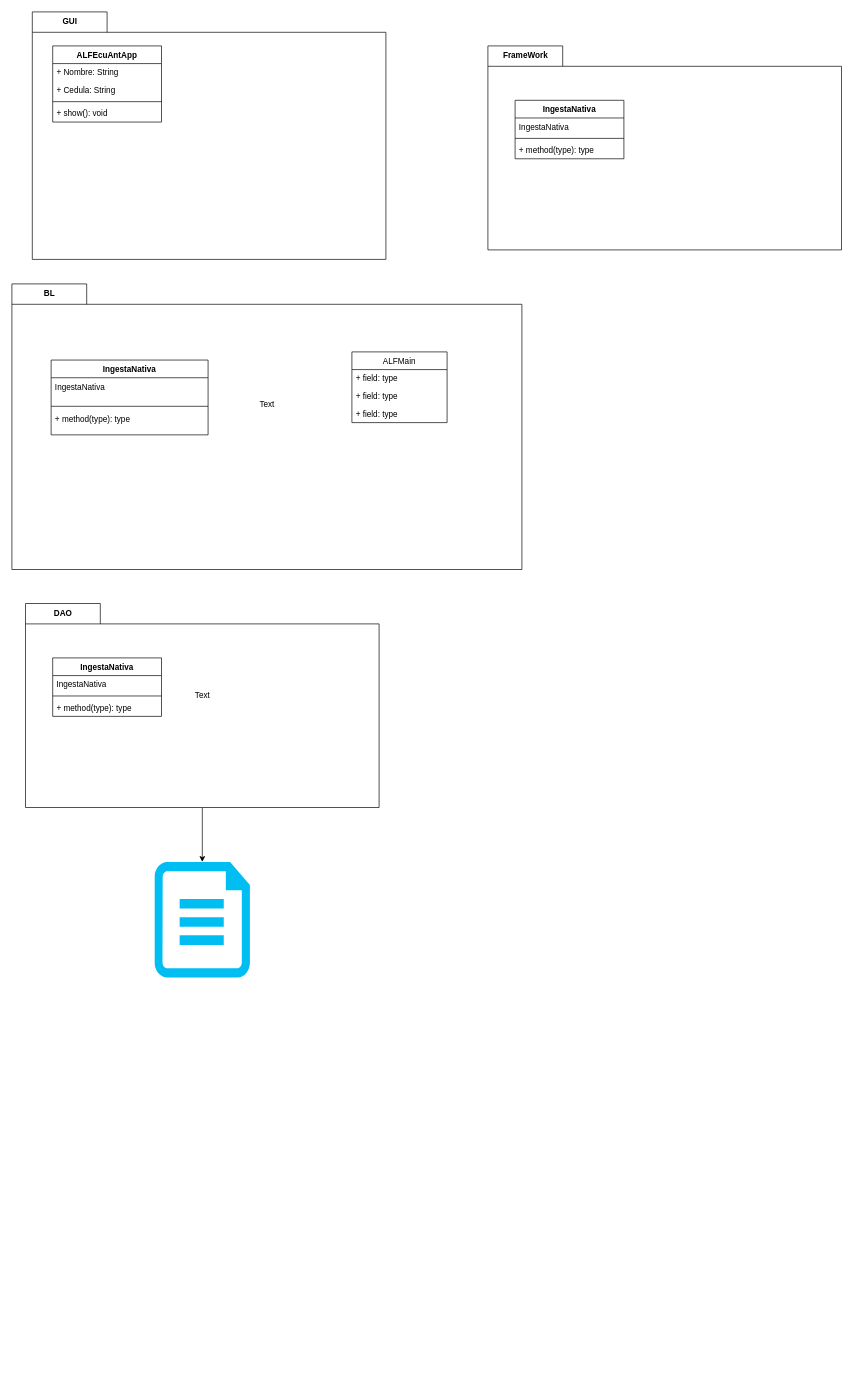
Above: ALDesing/ALDC.dio in Lenin27Amangandi/ALHormiguero2K24 (draw.io), before the change. Source tidied: cells renumbered, new cells numbered last; positions are measured from the earlier drawing's top-left corner, leaving out a move shared by most shapes. Both pictures are drawn from the tidied source at 68%, with x=0, y=0 at pixel (12, 12).
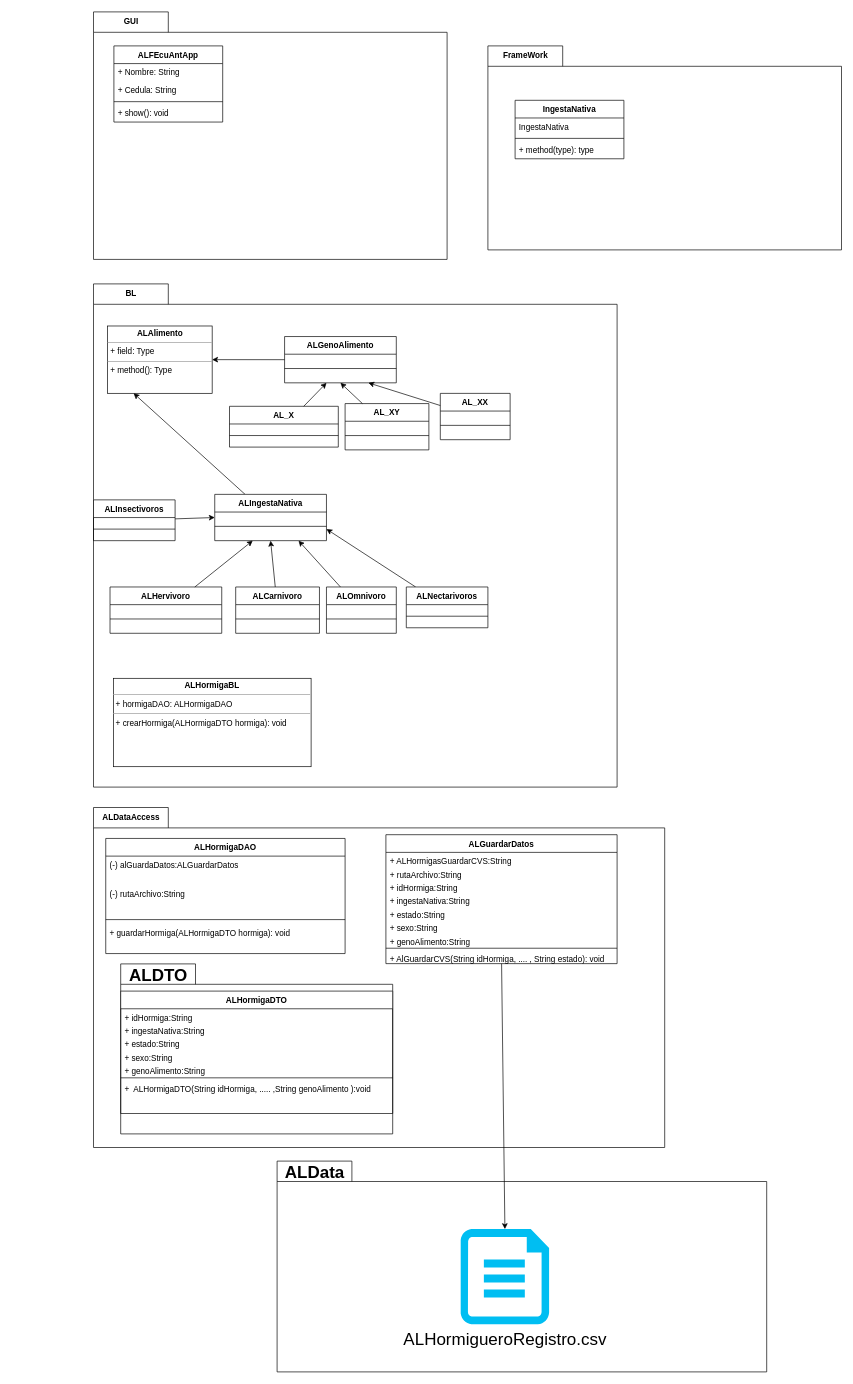
Above is the later version.

The edit, as a diff of the source:
```diff
@@
+    <mxCell id="20" value="ALDataAccess" style="shape=folder;fontStyle=1;tabWidth=110;tabHeight=30;tabPosition=left;html=1;boundedLbl=1;labelInHeader=1;" parent="1" vertex="1">
+      <mxGeometry x="120" y="1170" width="840" height="500" as="geometry" />
+    </mxCell>
+    <mxCell id="21" style="html=1;strokeColor=none;fillColor=none;" parent="20" vertex="1">
+      <mxGeometry width="840" height="350" relative="1" as="geometry">
+        <mxPoint y="30" as="offset" />
+      </mxGeometry>
+    </mxCell>
+    <mxCell id="22" value="ALHormigaDAO" style="swimlane;fontStyle=1;align=center;verticalAlign=top;horizontal=1;startSize=26;" parent="20" vertex="1">
+      <mxGeometry x="18" y="45.5" width="352" height="169.3" as="geometry" />
+    </mxCell>
+    <mxCell id="23" value="(-) alGuardaDatos:ALGuardarDatos" style="text;strokeColor=none;fillColor=none;align=left;verticalAlign=top;spacingLeft=4;spacingRight=4;overflow=hidden;" parent="22" vertex="1">
+      <mxGeometry y="26" width="352" height="43.3" as="geometry" />
+    </mxCell>
+    <mxCell id="33" value="(-) rutaArchivo:String" style="text;strokeColor=none;fillColor=none;align=left;verticalAlign=top;spacingLeft=4;spacingRight=4;overflow=hidden;" parent="22" vertex="1">
+      <mxGeometry y="69.3" width="352" height="43.3" as="geometry" />
+    </mxCell>
+    <mxCell id="24" style="line;strokeWidth=1;fillColor=none;align=left;verticalAlign=middle;spacingTop=-1;spacingLeft=3;spacingRight=3;labelPosition=right;strokeColor=inherit;" parent="22" vertex="1">
+      <mxGeometry y="112.7" width="352" height="13.3" as="geometry" />
+    </mxCell>
+    <mxCell id="34" value="+ guardarHormiga(ALHormigaDTO hormiga): void" style="text;strokeColor=none;fillColor=none;align=left;verticalAlign=top;spacingLeft=4;spacingRight=4;overflow=hidden;" parent="22" vertex="1">
+      <mxGeometry y="126" width="352" height="43.3" as="geometry" />
+    </mxCell>
+    <mxCell id="35" value="ALDTO" style="shape=folder;fontStyle=1;tabWidth=110;tabHeight=30;tabPosition=left;html=1;boundedLbl=1;labelInHeader=1;fontSize=25;" parent="20" vertex="1">
+      <mxGeometry x="40" y="230" width="400" height="250" as="geometry" />
+    </mxCell>
+    <mxCell id="36" style="html=1;strokeColor=none;fillColor=none;fontSize=25;" parent="35" vertex="1">
+      <mxGeometry width="330" height="154" relative="1" as="geometry">
+        <mxPoint y="30" as="offset" />
+      </mxGeometry>
+    </mxCell>
+    <mxCell id="37" value="ALHormigaDTO" style="swimlane;fontStyle=1;align=center;verticalAlign=top;horizontal=1;startSize=26;" parent="35" vertex="1">
+      <mxGeometry y="40" width="400" height="180" as="geometry" />
+    </mxCell>
+    <mxCell id="38" value="+ idHormiga:String" style="text;strokeColor=none;fillColor=none;align=left;verticalAlign=top;spacingLeft=4;spacingRight=4;overflow=hidden;" parent="37" vertex="1">
+      <mxGeometry y="26" width="400" height="19.7" as="geometry" />
+    </mxCell>
+    <mxCell id="39" value="+ ingestaNativa:String" style="text;strokeColor=none;fillColor=none;align=left;verticalAlign=top;spacingLeft=4;spacingRight=4;overflow=hidden;" parent="37" vertex="1">
+      <mxGeometry y="45.7" width="400" height="19.7" as="geometry" />
+    </mxCell>
+    <mxCell id="40" value="+ estado:String" style="text;strokeColor=none;fillColor=none;align=left;verticalAlign=top;spacingLeft=4;spacingRight=4;overflow=hidden;" parent="37" vertex="1">
+      <mxGeometry y="65.4" width="400" height="19.7" as="geometry" />
+    </mxCell>
+    <mxCell id="41" value="+ sexo:String" style="text;strokeColor=none;fillColor=none;align=left;verticalAlign=top;spacingLeft=4;spacingRight=4;overflow=hidden;" parent="37" vertex="1">
+      <mxGeometry y="85.1" width="400" height="19.7" as="geometry" />
+    </mxCell>
+    <mxCell id="42" value="+ genoAlimento:String" style="text;strokeColor=none;fillColor=none;align=left;verticalAlign=top;spacingLeft=4;spacingRight=4;overflow=hidden;" parent="37" vertex="1">
+      <mxGeometry y="104.8" width="400" height="19.7" as="geometry" />
+    </mxCell>
+    <mxCell id="43" style="line;strokeWidth=1;fillColor=none;align=left;verticalAlign=middle;spacingTop=-1;spacingLeft=3;spacingRight=3;labelPosition=right;strokeColor=inherit;" parent="37" vertex="1">
+      <mxGeometry y="124.5" width="400" height="6.1" as="geometry" />
+    </mxCell>
+    <mxCell id="44" value="+  ALHormigaDTO(String idHormiga, ..... ,String genoAlimento ):void" style="text;strokeColor=none;fillColor=none;align=left;verticalAlign=top;spacingLeft=4;spacingRight=4;overflow=hidden;" parent="37" vertex="1">
+      <mxGeometry y="130.5" width="400" height="49.5" as="geometry" />
+    </mxCell>
+    <mxCell id="45" value="ALGuardarDatos" style="swimlane;fontStyle=1;align=center;verticalAlign=top;horizontal=1;startSize=26;" parent="20" vertex="1">
+      <mxGeometry x="430" y="40" width="340" height="189.6" as="geometry" />
+    </mxCell>
+    <mxCell id="46" value="+ ALHormigasGuardarCVS:String" style="text;strokeColor=none;fillColor=none;align=left;verticalAlign=top;spacingLeft=4;spacingRight=4;overflow=hidden;" parent="45" vertex="1">
+      <mxGeometry y="26" width="340" height="19.7" as="geometry" />
+    </mxCell>
+    <mxCell id="47" value="+ rutaArchivo:String" style="text;strokeColor=none;fillColor=none;align=left;verticalAlign=top;spacingLeft=4;spacingRight=4;overflow=hidden;" parent="45" vertex="1">
+      <mxGeometry y="45.7" width="340" height="19.7" as="geometry" />
+    </mxCell>
+    <mxCell id="48" value="+ idHormiga:String" style="text;strokeColor=none;fillColor=none;align=left;verticalAlign=top;spacingLeft=4;spacingRight=4;overflow=hidden;" parent="45" vertex="1">
+      <mxGeometry y="65.4" width="340" height="19.7" as="geometry" />
+    </mxCell>
+    <mxCell id="49" value="+ ingestaNativa:String" style="text;strokeColor=none;fillColor=none;align=left;verticalAlign=top;spacingLeft=4;spacingRight=4;overflow=hidden;" parent="45" vertex="1">
+      <mxGeometry y="85.1" width="340" height="19.7" as="geometry" />
+    </mxCell>
+    <mxCell id="50" value="+ estado:String" style="text;strokeColor=none;fillColor=none;align=left;verticalAlign=top;spacingLeft=4;spacingRight=4;overflow=hidden;" parent="45" vertex="1">
+      <mxGeometry y="104.8" width="340" height="19.7" as="geometry" />
+    </mxCell>
+    <mxCell id="51" value="+ sexo:String" style="text;strokeColor=none;fillColor=none;align=left;verticalAlign=top;spacingLeft=4;spacingRight=4;overflow=hidden;" parent="45" vertex="1">
+      <mxGeometry y="124.5" width="340" height="19.7" as="geometry" />
+    </mxCell>
+    <mxCell id="52" value="+ genoAlimento:String" style="text;strokeColor=none;fillColor=none;align=left;verticalAlign=top;spacingLeft=4;spacingRight=4;overflow=hidden;" parent="45" vertex="1">
+      <mxGeometry y="144.2" width="340" height="19.7" as="geometry" />
+    </mxCell>
+    <mxCell id="53" style="line;strokeWidth=1;fillColor=none;align=left;verticalAlign=middle;spacingTop=-1;spacingLeft=3;spacingRight=3;labelPosition=right;strokeColor=inherit;" parent="45" vertex="1">
+      <mxGeometry y="163.9" width="340" height="6.1" as="geometry" />
+    </mxCell>
+    <mxCell id="54" value="+ AlGuardarCVS(String idHormiga, .... , String estado): void" style="text;strokeColor=none;fillColor=none;align=left;verticalAlign=top;spacingLeft=4;spacingRight=4;overflow=hidden;points=[[0,0.5],[1,0.5]];portConstraint=eastwest;" parent="45" vertex="1">
+      <mxGeometry y="169.9" width="340" height="19.7" as="geometry" />
+    </mxCell>
+    <mxCell id="55" value="ALData" style="shape=folder;fontStyle=1;tabWidth=110;tabHeight=30;tabPosition=left;html=1;boundedLbl=1;labelInHeader=1;fontSize=25;" parent="1" vertex="1">
+      <mxGeometry x="390" y="1690" width="720" height="310" as="geometry" />
+    </mxCell>
+    <mxCell id="56" style="html=1;strokeColor=none;fillColor=none;fontSize=25;" parent="55" vertex="1">
+      <mxGeometry width="720" height="217" relative="1" as="geometry">
+        <mxPoint y="30" as="offset" />
+      </mxGeometry>
+    </mxCell>
+    <mxCell id="26" value="&lt;font style=&quot;font-size: 25px;&quot;&gt;ALHormigueroRegistro.csv&lt;/font&gt;" style="verticalLabelPosition=bottom;html=1;verticalAlign=top;align=center;strokeColor=none;fillColor=#00BEF2;shape=mxgraph.azure.cloud_services_configuration_file;" parent="55" vertex="1">
+      <mxGeometry x="270" y="100" width="130" height="140" as="geometry" />
+    </mxCell>
     <mxCell id="2" value="GUI" style="shape=folder;fontStyle=1;tabWidth=110;tabHeight=30;tabPosition=left;html=1;boundedLbl=1;labelInHeader=1;" parent="1" vertex="1">
-      <mxGeometry x="30" width="520" height="364" as="geometry" />
+      <mxGeometry x="120" width="520" height="364" as="geometry" />
     </mxCell>
@@
     <mxCell id="9" value="BL" style="shape=folder;fontStyle=1;tabWidth=110;tabHeight=30;tabPosition=left;html=1;boundedLbl=1;labelInHeader=1;" parent="1" vertex="1">
-      <mxGeometry y="400" width="750" height="420" as="geometry" />
+      <mxGeometry x="120" y="400" width="770" height="740" as="geometry" />
     </mxCell>
-    <mxCell id="10" value="Text" style="html=1;strokeColor=none;fillColor=none;" parent="9" vertex="1">
-      <mxGeometry width="750" height="294" relative="1" as="geometry">
+    <mxCell id="10" style="html=1;strokeColor=none;fillColor=none;" parent="9" vertex="1">
+      <mxGeometry width="770" height="364" relative="1" as="geometry">
         <mxPoint y="30" as="offset" />
       </mxGeometry>
     </mxCell>
-    <mxCell id="11" value="IngestaNativa" style="swimlane;fontStyle=1;align=center;verticalAlign=top;horizontal=1;startSize=26;" parent="9" vertex="1">
-      <mxGeometry x="57.7" y="112" width="230.8" height="110" as="geometry" />
-    </mxCell>
-    <mxCell id="12" value="IngestaNativa" style="text;strokeColor=none;fillColor=none;align=left;verticalAlign=top;spacingLeft=4;spacingRight=4;overflow=hidden;" parent="11" vertex="1">
-      <mxGeometry y="26" width="230.8" height="36.4" as="geometry" />
-    </mxCell>
-    <mxCell id="13" style="line;strokeWidth=1;fillColor=none;align=left;verticalAlign=middle;spacingTop=-1;spacingLeft=3;spacingRight=3;labelPosition=right;strokeColor=inherit;" parent="11" vertex="1">
-      <mxGeometry y="62.4" width="230.8" height="11.2" as="geometry" />
-    </mxCell>
-    <mxCell id="14" value="+ method(type): type" style="text;strokeColor=none;fillColor=none;align=left;verticalAlign=top;spacingLeft=4;spacingRight=4;overflow=hidden;" parent="11" vertex="1">
-      <mxGeometry y="73.6" width="230.8" height="36.4" as="geometry" />
-    </mxCell>
-    <mxCell id="15" value="ALFMain" style="swimlane;fontStyle=0;horizontal=1;startSize=26;fillColor=none;" parent="9" vertex="1">
-      <mxGeometry x="500" y="100" width="140" height="104" as="geometry" />
-    </mxCell>
-    <mxCell id="16" value="+ field: type" style="text;strokeColor=none;fillColor=none;align=left;verticalAlign=top;spacingLeft=4;spacingRight=4;overflow=hidden;" parent="15" vertex="1">
-      <mxGeometry y="26" width="140" height="26" as="geometry" />
-    </mxCell>
-    <mxCell id="17" value="+ field: type" style="text;strokeColor=none;fillColor=none;align=left;verticalAlign=top;spacingLeft=4;spacingRight=4;overflow=hidden;" parent="15" vertex="1">
-      <mxGeometry y="52" width="140" height="26" as="geometry" />
-    </mxCell>
-    <mxCell id="18" value="+ field: type" style="text;strokeColor=none;fillColor=none;align=left;verticalAlign=top;spacingLeft=4;spacingRight=4;overflow=hidden;" parent="15" vertex="1">
-      <mxGeometry y="78" width="140" height="26" as="geometry" />
-    </mxCell>
+    <mxCell id="57" value="&lt;p style=&quot;margin:0px;margin-top:4px;text-align:center;&quot;&gt;&lt;b&gt;ALAlimento&lt;/b&gt;&lt;/p&gt;&lt;hr size=&quot;1&quot;&gt;&lt;p style=&quot;margin:0px;margin-left:4px;&quot;&gt;+ field: Type&lt;/p&gt;&lt;hr size=&quot;1&quot;&gt;&lt;p style=&quot;margin:0px;margin-left:4px;&quot;&gt;+ method(): Type&lt;/p&gt;" style="verticalAlign=top;align=left;overflow=fill;fontSize=12;fontFamily=Helvetica;html=1;" parent="9" vertex="1">
+      <mxGeometry x="20.5" y="61.9" width="154" height="99" as="geometry" />
+    </mxCell>
+    <mxCell id="58" value="ALGenoAlimento" style="swimlane;fontStyle=1;align=center;verticalAlign=top;horizontal=1;startSize=26;" parent="9" vertex="1">
+      <mxGeometry x="281" y="77.4" width="164.3" height="68.1" as="geometry" />
+    </mxCell>
+    <mxCell id="59" style="line;strokeWidth=1;fillColor=none;align=left;verticalAlign=middle;spacingTop=-1;spacingLeft=3;spacingRight=3;labelPosition=right;points=[];portConstraint=eastwest;strokeColor=inherit;" parent="58" vertex="1">
+      <mxGeometry y="26" width="164.3" height="42.1" as="geometry" />
+    </mxCell>
+    <mxCell id="60" style="edgeStyle=none;html=1;entryX=1;entryY=0.5;entryDx=0;entryDy=0;" parent="9" edge="1" source="58" target="57">
+      <mxGeometry relative="1" as="geometry" />
+    </mxCell>
+    <mxCell id="61" value="AL_XY" style="swimlane;fontStyle=1;align=center;verticalAlign=top;horizontal=1;startSize=26;" parent="9" vertex="1">
+      <mxGeometry x="370" y="176" width="123.2" height="68.1" as="geometry" />
+    </mxCell>
+    <mxCell id="62" style="line;strokeWidth=1;fillColor=none;align=left;verticalAlign=middle;spacingTop=-1;spacingLeft=3;spacingRight=3;labelPosition=right;strokeColor=inherit;" parent="61" vertex="1">
+      <mxGeometry y="26" width="123.2" height="42.1" as="geometry" />
+    </mxCell>
+    <mxCell id="63" style="edgeStyle=none;html=1;entryX=0.5;entryY=1;entryDx=0;entryDy=0;" parent="9" edge="1" source="61" target="58">
+      <mxGeometry relative="1" as="geometry" />
+    </mxCell>
+    <mxCell id="64" value="AL_XX" style="swimlane;fontStyle=1;align=center;verticalAlign=top;horizontal=1;startSize=26;" parent="9" vertex="1">
+      <mxGeometry x="510" y="161" width="102.7" height="68.1" as="geometry" />
+    </mxCell>
+    <mxCell id="65" style="line;strokeWidth=1;fillColor=none;align=left;verticalAlign=middle;spacingTop=-1;spacingLeft=3;spacingRight=3;labelPosition=right;strokeColor=inherit;" parent="64" vertex="1">
+      <mxGeometry y="26" width="102.7" height="42.1" as="geometry" />
+    </mxCell>
+    <mxCell id="66" style="edgeStyle=none;html=1;entryX=0.75;entryY=1;entryDx=0;entryDy=0;" parent="9" edge="1" source="64" target="58">
+      <mxGeometry relative="1" as="geometry" />
+    </mxCell>
+    <mxCell id="67" value="ALHervivoro" style="swimlane;fontStyle=1;align=center;verticalAlign=top;horizontal=1;startSize=26;" parent="9" vertex="1">
+      <mxGeometry x="24.3" y="445.7" width="164.3" height="68.1" as="geometry" />
+    </mxCell>
+    <mxCell id="68" style="line;strokeWidth=1;fillColor=none;align=left;verticalAlign=middle;spacingTop=-1;spacingLeft=3;spacingRight=3;labelPosition=right;strokeColor=inherit;" parent="67" vertex="1">
+      <mxGeometry y="26" width="164.3" height="42.1" as="geometry" />
+    </mxCell>
+    <mxCell id="69" value="ALCarnivoro" style="swimlane;fontStyle=1;align=center;verticalAlign=top;horizontal=1;startSize=26;" parent="9" vertex="1">
+      <mxGeometry x="209.1" y="445.7" width="123.2" height="68.1" as="geometry" />
+    </mxCell>
+    <mxCell id="70" style="line;strokeWidth=1;fillColor=none;align=left;verticalAlign=middle;spacingTop=-1;spacingLeft=3;spacingRight=3;labelPosition=right;strokeColor=inherit;" parent="69" vertex="1">
+      <mxGeometry y="26" width="123.2" height="42.1" as="geometry" />
+    </mxCell>
+    <mxCell id="71" value="ALOmnivoro" style="swimlane;fontStyle=1;align=center;verticalAlign=top;horizontal=1;startSize=26;" parent="9" vertex="1">
+      <mxGeometry x="342.6" y="445.7" width="102.7" height="68.1" as="geometry" />
+    </mxCell>
+    <mxCell id="72" style="line;strokeWidth=1;fillColor=none;align=left;verticalAlign=middle;spacingTop=-1;spacingLeft=3;spacingRight=3;labelPosition=right;strokeColor=inherit;" parent="71" vertex="1">
+      <mxGeometry y="26" width="102.7" height="42.1" as="geometry" />
+    </mxCell>
+    <mxCell id="73" style="edgeStyle=none;html=1;entryX=0.25;entryY=1;entryDx=0;entryDy=0;" parent="9" edge="1" source="74" target="57">
+      <mxGeometry relative="1" as="geometry" />
+    </mxCell>
+    <mxCell id="74" value="ALIngestaNativa" style="swimlane;fontStyle=1;align=center;verticalAlign=top;horizontal=1;startSize=26;" parent="9" vertex="1">
+      <mxGeometry x="178.3" y="309.5" width="164.3" height="68.1" as="geometry" />
+    </mxCell>
+    <mxCell id="75" style="line;strokeWidth=1;fillColor=none;align=left;verticalAlign=middle;spacingTop=-1;spacingLeft=3;spacingRight=3;labelPosition=right;points=[];portConstraint=eastwest;strokeColor=inherit;" parent="74" vertex="1">
+      <mxGeometry y="26" width="164.3" height="42.1" as="geometry" />
+    </mxCell>
+    <mxCell id="76" style="edgeStyle=none;html=1;" parent="9" edge="1" source="67" target="75">
+      <mxGeometry relative="1" as="geometry" />
+    </mxCell>
+    <mxCell id="77" style="edgeStyle=none;html=1;entryX=0.5;entryY=1;entryDx=0;entryDy=0;" parent="9" edge="1" source="69" target="74">
+      <mxGeometry relative="1" as="geometry" />
+    </mxCell>
+    <mxCell id="78" style="edgeStyle=none;html=1;entryX=0.75;entryY=1;entryDx=0;entryDy=0;" parent="9" edge="1" source="71" target="74">
+      <mxGeometry relative="1" as="geometry" />
+    </mxCell>
+    <mxCell id="79" style="edgeStyle=none;html=1;entryX=1;entryY=0.75;entryDx=0;entryDy=0;startArrow=none;" parent="9" edge="1" source="86" target="74">
+      <mxGeometry relative="1" as="geometry" />
+    </mxCell>
+    <mxCell id="80" value="AL_X" style="swimlane;fontStyle=1;align=center;verticalAlign=top;horizontal=1;startSize=26;" parent="9" vertex="1">
+      <mxGeometry x="200" y="180" width="160" height="60" as="geometry" />
+    </mxCell>
+    <mxCell id="81" style="line;strokeWidth=1;fillColor=none;align=left;verticalAlign=middle;spacingTop=-1;spacingLeft=3;spacingRight=3;labelPosition=right;strokeColor=inherit;" parent="80" vertex="1">
+      <mxGeometry y="26" width="160" height="34" as="geometry" />
+    </mxCell>
+    <mxCell id="82" style="edgeStyle=none;html=1;" parent="9" edge="1" source="80" target="59">
+      <mxGeometry relative="1" as="geometry" />
+    </mxCell>
+    <mxCell id="83" style="edgeStyle=none;html=1;entryX=0;entryY=0.5;entryDx=0;entryDy=0;" parent="9" edge="1" source="84" target="74">
+      <mxGeometry relative="1" as="geometry" />
+    </mxCell>
+    <mxCell id="84" value="ALInsectivoros" style="swimlane;fontStyle=1;align=center;verticalAlign=top;horizontal=1;startSize=26;" parent="9" vertex="1">
+      <mxGeometry y="317.6" width="120" height="60" as="geometry" />
+    </mxCell>
+    <mxCell id="85" style="line;strokeWidth=1;fillColor=none;align=left;verticalAlign=middle;spacingTop=-1;spacingLeft=3;spacingRight=3;labelPosition=right;strokeColor=inherit;" parent="84" vertex="1">
+      <mxGeometry y="26" width="120" height="34" as="geometry" />
+    </mxCell>
+    <mxCell id="86" value="ALNectarivoros" style="swimlane;fontStyle=1;align=center;verticalAlign=top;horizontal=1;startSize=26;" parent="9" vertex="1">
+      <mxGeometry x="460" y="445.7" width="120" height="60" as="geometry" />
+    </mxCell>
+    <mxCell id="87" style="line;strokeWidth=1;fillColor=none;align=left;verticalAlign=middle;spacingTop=-1;spacingLeft=3;spacingRight=3;labelPosition=right;strokeColor=inherit;" parent="86" vertex="1">
+      <mxGeometry y="26" width="120" height="34" as="geometry" />
+    </mxCell>
+    <mxCell id="88" value="&lt;p style=&quot;margin:0px;margin-top:4px;text-align:center;&quot;&gt;&lt;b&gt;ALHormigaBL&lt;/b&gt;&lt;/p&gt;&lt;hr size=&quot;1&quot;&gt;&lt;p style=&quot;margin:0px;margin-left:4px;&quot;&gt;+ hormigaDAO: ALHormigaDAO&lt;/p&gt;&lt;hr size=&quot;1&quot;&gt;&lt;p style=&quot;margin:0px;margin-left:4px;&quot;&gt;+ crearHormiga(ALHormigaDTO hormiga): void&lt;/p&gt;" style="verticalAlign=top;align=left;overflow=fill;fontSize=12;fontFamily=Helvetica;html=1;" parent="9" vertex="1">
+      <mxGeometry x="29.4" y="580" width="290.6" height="130" as="geometry" />
+    </mxCell>
-    <mxCell id="19" style="edgeStyle=none;html=1;entryX=0.5;entryY=0;entryDx=0;entryDy=0;entryPerimeter=0;" parent="1" edge="1" source="20" target="26">
+    <mxCell id="19" style="edgeStyle=none;html=1;entryX=0.5;entryY=0;entryDx=0;entryDy=0;entryPerimeter=0;" parent="1" edge="1" source="54" target="26">
       <mxGeometry relative="1" as="geometry" />
     </mxCell>
-    <mxCell id="20" value="DAO" style="shape=folder;fontStyle=1;tabWidth=110;tabHeight=30;tabPosition=left;html=1;boundedLbl=1;labelInHeader=1;" parent="1" vertex="1">
-      <mxGeometry x="20" y="870" width="520" height="300" as="geometry" />
-    </mxCell>
-    <mxCell id="21" value="Text" style="html=1;strokeColor=none;fillColor=none;" parent="20" vertex="1">
-      <mxGeometry width="520" height="210" relative="1" as="geometry">
-        <mxPoint y="30" as="offset" />
-      </mxGeometry>
-    </mxCell>
-    <mxCell id="22" value="IngestaNativa" style="swimlane;fontStyle=1;align=center;verticalAlign=top;horizontal=1;startSize=26;" parent="20" vertex="1">
-      <mxGeometry x="40" y="80" width="160" height="86" as="geometry" />
-    </mxCell>
-    <mxCell id="23" value="IngestaNativa" style="text;strokeColor=none;fillColor=none;align=left;verticalAlign=top;spacingLeft=4;spacingRight=4;overflow=hidden;" parent="22" vertex="1">
-      <mxGeometry y="26" width="160" height="26" as="geometry" />
-    </mxCell>
-    <mxCell id="24" style="line;strokeWidth=1;fillColor=none;align=left;verticalAlign=middle;spacingTop=-1;spacingLeft=3;spacingRight=3;labelPosition=right;strokeColor=inherit;" parent="22" vertex="1">
-      <mxGeometry y="52" width="160" height="8" as="geometry" />
-    </mxCell>
-    <mxCell id="25" value="+ method(type): type" style="text;strokeColor=none;fillColor=none;align=left;verticalAlign=top;spacingLeft=4;spacingRight=4;overflow=hidden;" parent="22" vertex="1">
-      <mxGeometry y="60" width="160" height="26" as="geometry" />
-    </mxCell>
-    <mxCell id="26" style="verticalLabelPosition=bottom;html=1;verticalAlign=top;align=center;strokeColor=none;fillColor=#00BEF2;shape=mxgraph.azure.cloud_services_configuration_file;" parent="1" vertex="1">
-      <mxGeometry x="210" y="1250" width="140" height="170" as="geometry" />
-    </mxCell>
```
